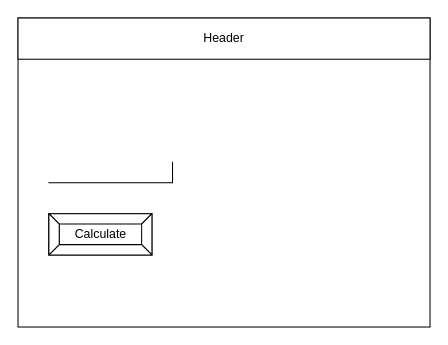
parsa-tahavori/ICS2O-UNIT6-2- keeps this draw.io diagram as design/story-board.drawio. Above is the earlier version. Source tidied: cells renumbered, new cells numbered last; positions are measured from the earlier drawing's top-left corner, leaving out a move shared by most shapes. Both pictures are drawn from the tidied source at 103%, with x=0, y=0 at pixel (18, 18).
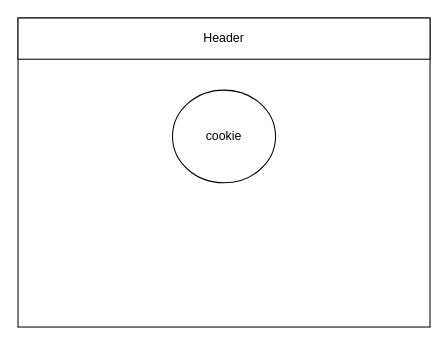
After the change.

Diff of the diagram source:
```diff
@@
 <mxGraphModel>
   <root>
     <mxCell id="0" />
     <mxCell id="1" parent="0" />
     <mxCell id="2" style="rounded=0;whiteSpace=wrap;html=1;" parent="1" vertex="1">
       <mxGeometry width="400" height="300" as="geometry" />
     </mxCell>
     <mxCell id="3" value="Header" style="rounded=0;whiteSpace=wrap;html=1;" parent="1" vertex="1">
       <mxGeometry width="400" height="40" as="geometry" />
     </mxCell>
-    <mxCell id="4" style="shape=partialRectangle;whiteSpace=wrap;html=1;top=0;left=0;fillColor=none;" parent="1" vertex="1">
-      <mxGeometry x="30" y="140" width="120" height="20" as="geometry" />
-    </mxCell>
-    <mxCell id="5" value="Calculate" style="labelPosition=center;verticalLabelPosition=middle;align=center;html=1;shape=mxgraph.basic.button;dx=10;" parent="1" vertex="1">
-      <mxGeometry x="30" y="190" width="100" height="40" as="geometry" />
+    <mxCell id="5" value="cookie" style="ellipse;whiteSpace=wrap;html=1;" parent="1" vertex="1">
+      <mxGeometry x="150" y="70" width="100" height="90" as="geometry" />
     </mxCell>
   </root>
 </mxGraphModel>
```
